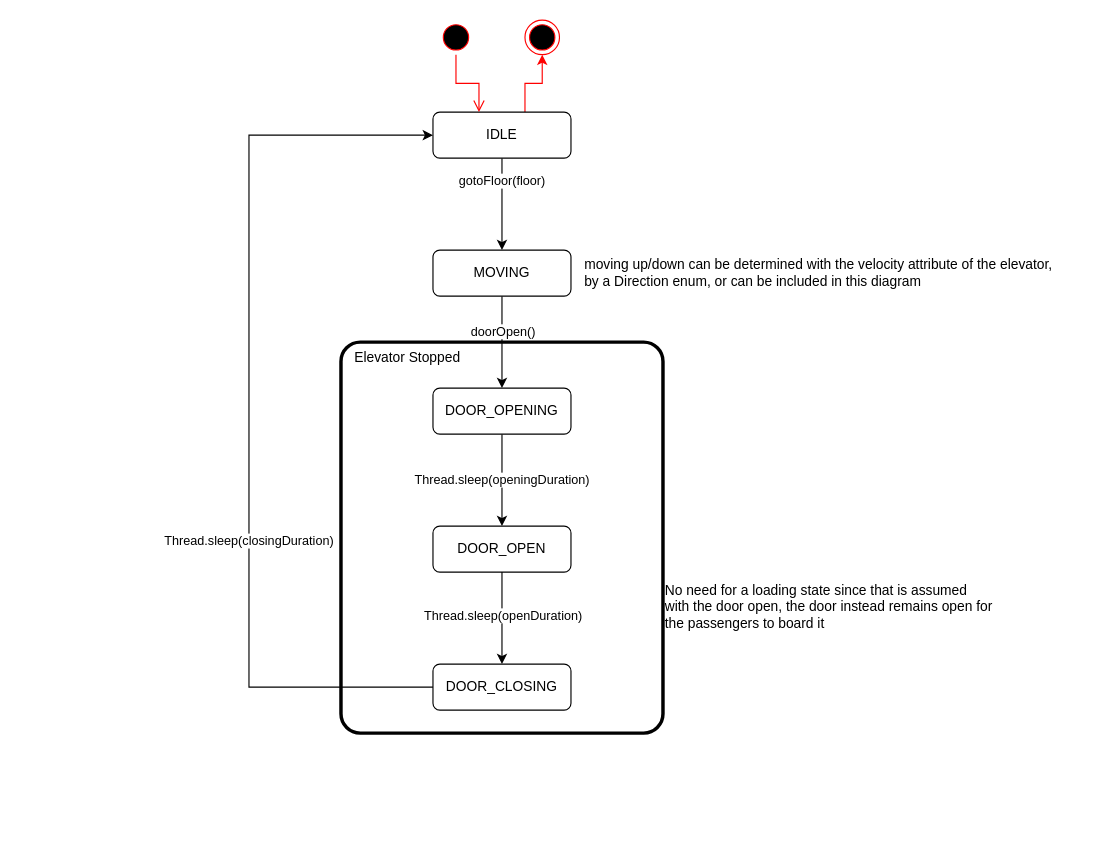
Nicerice96/3303---Elevator keeps this draw.io diagram as page "elevator" (1 of 2) of docs/state-diagram/state-diagram.drawio. Above is the earlier version. Source tidied: cells renumbered, new cells numbered last; positions are measured from the earlier drawing's top-left corner, leaving out a move shared by most shapes. Both pictures are drawn from the tidied source at 115%, with x=0, y=0 at pixel (248, 20).
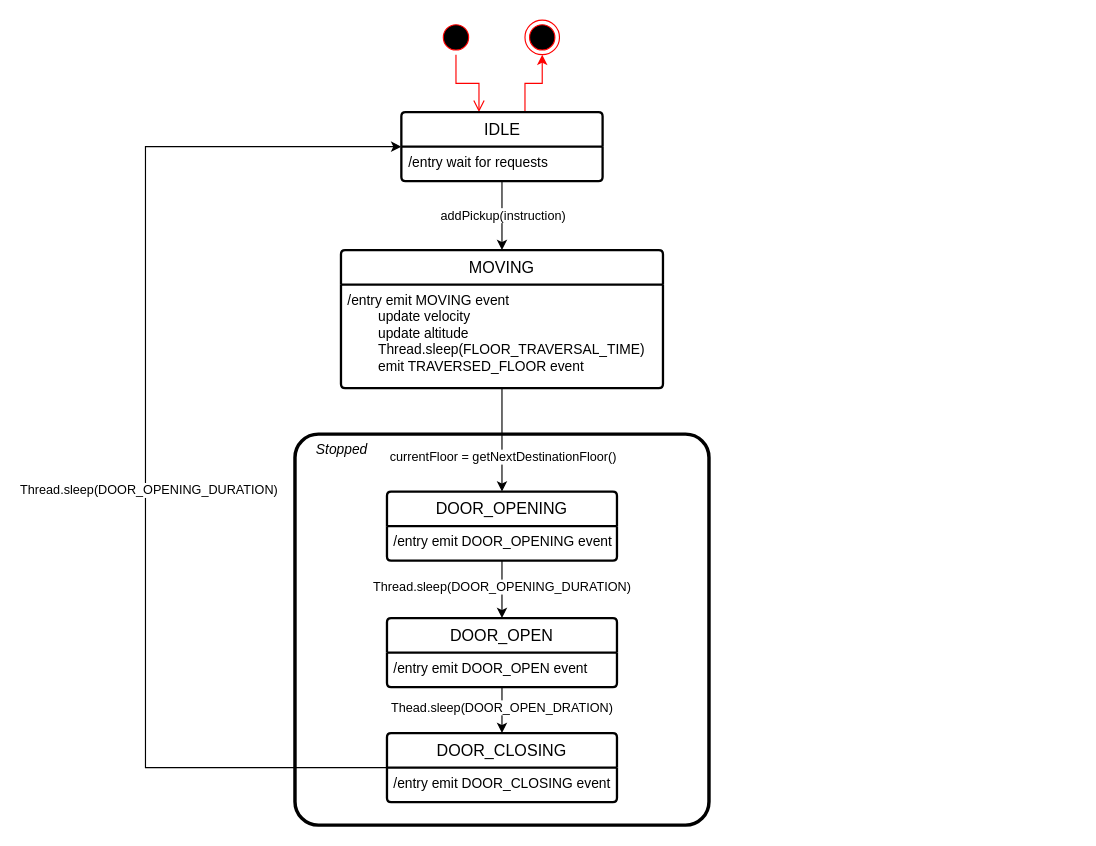
The same page after the edit.

Change to the diagram source:
```diff
@@
-    <mxCell id="2" value="&amp;nbsp; &amp;nbsp;Elevator Stopped" style="rounded=1;whiteSpace=wrap;html=1;fillColor=none;verticalAlign=top;align=left;strokeWidth=3;arcSize=6;" parent="1" vertex="1">
-      <mxGeometry x="80" y="280" width="280" height="340" as="geometry" />
+    <mxCell id="2" value="&amp;nbsp; &amp;nbsp; &amp;nbsp;Stopped" style="rounded=1;whiteSpace=wrap;html=1;fillColor=none;verticalAlign=top;align=left;strokeWidth=3;arcSize=6;fontStyle=2;" parent="1" vertex="1">
+      <mxGeometry x="40" y="360" width="360" height="340" as="geometry" />
     </mxCell>
-    <mxCell id="3" value="gotoFloor(floor)" style="edgeStyle=orthogonalEdgeStyle;rounded=0;jettySize=auto;html=1;" parent="1" edge="1" source="5" target="16">
-      <mxGeometry x="-0.5" relative="1" as="geometry">
-        <Array as="points">
-          <mxPoint x="220" y="140" />
-          <mxPoint x="220" y="140" />
-        </Array>
-      </mxGeometry>
-    </mxCell>
@@
-    <mxCell id="5" value="IDLE" style="rounded=1;whiteSpace=wrap;html=1;" parent="1" vertex="1">
-      <mxGeometry x="160" y="80" width="120" height="40" as="geometry" />
-    </mxCell>
-    <mxCell id="6" value="Thread.sleep(openingDuration)" style="edgeStyle=orthogonalEdgeStyle;rounded=0;jettySize=auto;html=1;" parent="1" edge="1" source="7" target="10">
-      <mxGeometry relative="1" as="geometry" />
-    </mxCell>
-    <mxCell id="7" value="DOOR_OPENING" style="rounded=1;whiteSpace=wrap;html=1;" parent="1" vertex="1">
-      <mxGeometry x="160" y="320" width="120" height="40" as="geometry" />
-    </mxCell>
-    <mxCell id="8" style="edgeStyle=orthogonalEdgeStyle;rounded=0;jettySize=auto;html=1;" parent="1" edge="1" source="10" target="13">
-      <mxGeometry relative="1" as="geometry" />
-    </mxCell>
-    <mxCell id="9" value="Thread.sleep(openDuration)" style="edgeLabel;html=1;align=center;verticalAlign=middle;" parent="8" vertex="1">
-      <mxGeometry x="-0.08" relative="1" as="geometry" />
-    </mxCell>
-    <mxCell id="10" value="DOOR_OPEN" style="rounded=1;whiteSpace=wrap;html=1;" parent="1" vertex="1">
-      <mxGeometry x="160" y="440" width="120" height="40" as="geometry" />
-    </mxCell>
-    <mxCell id="11" style="edgeStyle=orthogonalEdgeStyle;rounded=0;jettySize=auto;html=1;" parent="1" edge="1" source="13" target="5">
-      <mxGeometry relative="1" as="geometry">
-        <Array as="points">
-          <mxPoint y="580" />
-          <mxPoint y="100" />
-        </Array>
-      </mxGeometry>
-    </mxCell>
-    <mxCell id="12" value="Thread.sleep(closingDuration)" style="edgeLabel;html=1;align=center;verticalAlign=middle;" parent="11" vertex="1">
-      <mxGeometry x="-0.28" y="1" relative="1" as="geometry" />
-    </mxCell>
-    <mxCell id="13" value="DOOR_CLOSING" style="rounded=1;whiteSpace=wrap;html=1;" parent="1" vertex="1">
-      <mxGeometry x="160" y="560" width="120" height="40" as="geometry" />
-    </mxCell>
-    <mxCell id="14" style="edgeStyle=orthogonalEdgeStyle;rounded=0;jettySize=auto;html=1;" parent="1" edge="1" source="16" target="7">
-      <mxGeometry relative="1" as="geometry" />
-    </mxCell>
-    <mxCell id="15" value="doorOpen()" style="edgeLabel;html=1;align=center;verticalAlign=middle;" parent="14" vertex="1">
-      <mxGeometry x="-0.12" y="1" relative="1" as="geometry">
-        <mxPoint x="-1" y="-5" as="offset" />
-      </mxGeometry>
-    </mxCell>
-    <mxCell id="16" value="MOVING" style="rounded=1;whiteSpace=wrap;html=1;" parent="1" vertex="1">
-      <mxGeometry x="160" y="200" width="120" height="40" as="geometry" />
-    </mxCell>
-    <mxCell id="17" value="No need for a loading state since that is assumed &lt;br&gt;with the door open, the door instead remains open for&lt;br&gt;the passengers to board it" style="text;html=1;align=left;verticalAlign=middle;strokeColor=none;fillColor=none;" parent="1" vertex="1">
-      <mxGeometry x="360" y="480" width="310" height="60" as="geometry" />
-    </mxCell>
-    <mxCell id="18" value="&lt;div style=&quot;&quot;&gt;&lt;span style=&quot;background-color: initial;&quot;&gt;moving up/down can be determined with the velocity attribute of the elevator,&lt;/span&gt;&lt;/div&gt;by a Direction enum, or can be included in this diagram" style="text;html=1;align=left;verticalAlign=middle;strokeColor=none;fillColor=none;" parent="1" vertex="1">
-      <mxGeometry x="290" y="200" width="430" height="40" as="geometry" />
-    </mxCell>
@@
+    <mxCell id="11" style="edgeStyle=orthogonalEdgeStyle;rounded=0;jettySize=auto;html=1;" parent="1" edge="1" source="13" target="5">
+      <mxGeometry relative="1" as="geometry">
+        <Array as="points">
+          <mxPoint x="-90" y="650" />
+          <mxPoint x="-90" y="110" />
+        </Array>
+      </mxGeometry>
+    </mxCell>
+    <mxCell id="22" value="Thread.sleep(DOOR_OPENING_DURATION)" style="edgeLabel;html=1;align=center;verticalAlign=middle;" parent="11" vertex="1">
+      <mxGeometry x="-0.07" y="-2" relative="1" as="geometry" />
+    </mxCell>
+    <mxCell id="13" value="DOOR_CLOSING" style="swimlane;horizontal=1;startSize=30;rounded=1;fontSize=14;fontStyle=0;strokeWidth=2;shadow=0;dashed=0;align=center;arcSize=4;whiteSpace=wrap;html=1;" parent="1" vertex="1">
+      <mxGeometry x="120" y="620" width="200" height="60" as="geometry" />
+    </mxCell>
+    <mxCell id="23" value="/entry emit DOOR_CLOSING event&lt;br&gt;&lt;span style=&quot;white-space: pre;&quot;&gt;&#9;&lt;/span&gt;" style="align=left;strokeColor=none;fillColor=none;spacingLeft=4;fontSize=12;verticalAlign=top;html=1;" parent="13" vertex="1">
+      <mxGeometry y="30" width="200" height="30" as="geometry" />
+    </mxCell>
+    <mxCell id="3" style="edgeStyle=orthogonalEdgeStyle;rounded=0;jettySize=auto;html=1;" parent="1" edge="1" source="5" target="16">
+      <mxGeometry relative="1" as="geometry" />
+    </mxCell>
+    <mxCell id="24" value="addPickup(instruction)" style="edgeLabel;html=1;align=center;verticalAlign=middle;" parent="3" vertex="1">
+      <mxGeometry x="-0.29" y="-1" relative="1" as="geometry">
+        <mxPoint x="1" y="8" as="offset" />
+      </mxGeometry>
+    </mxCell>
+    <mxCell id="5" value="IDLE" style="swimlane;horizontal=1;startSize=30;rounded=1;fontSize=14;fontStyle=0;strokeWidth=2;shadow=0;dashed=0;align=center;arcSize=4;whiteSpace=wrap;html=1;" parent="1" vertex="1">
+      <mxGeometry x="132.5" y="80" width="175" height="60" as="geometry" />
+    </mxCell>
+    <mxCell id="25" value="/entry wait for requests" style="align=left;strokeColor=none;fillColor=none;spacingLeft=4;fontSize=12;verticalAlign=top;html=1;" parent="5" vertex="1">
+      <mxGeometry y="30" width="175" height="30" as="geometry" />
+    </mxCell>
+    <mxCell id="7" value="DOOR_OPENING" style="swimlane;horizontal=1;startSize=30;rounded=1;fontSize=14;fontStyle=0;strokeWidth=2;shadow=0;dashed=0;align=center;arcSize=4;whiteSpace=wrap;html=1;" parent="1" vertex="1">
+      <mxGeometry x="120" y="410" width="200" height="60" as="geometry" />
+    </mxCell>
+    <mxCell id="26" value="/entry emit DOOR_OPENING event&lt;br&gt;&lt;span style=&quot;white-space: pre;&quot;&gt;&#9;&lt;/span&gt;" style="align=left;strokeColor=none;fillColor=none;spacingLeft=4;fontSize=12;verticalAlign=top;html=1;" parent="7" vertex="1">
+      <mxGeometry y="30" width="200" height="30" as="geometry" />
+    </mxCell>
+    <mxCell id="8" style="edgeStyle=orthogonalEdgeStyle;rounded=0;jettySize=auto;html=1;" parent="1" edge="1" source="10" target="13">
+      <mxGeometry relative="1" as="geometry" />
+    </mxCell>
+    <mxCell id="27" value="Thead.sleep(DOOR_OPEN_DRATION)" style="edgeLabel;html=1;align=center;verticalAlign=middle;" parent="8" vertex="1">
+      <mxGeometry x="-0.14" y="-1" relative="1" as="geometry" />
+    </mxCell>
+    <mxCell id="10" value="DOOR_OPEN" style="swimlane;horizontal=1;startSize=30;rounded=1;fontSize=14;fontStyle=0;strokeWidth=2;shadow=0;dashed=0;align=center;arcSize=4;whiteSpace=wrap;html=1;" parent="1" vertex="1">
+      <mxGeometry x="120" y="520" width="200" height="60" as="geometry" />
+    </mxCell>
+    <mxCell id="28" value="/entry emit DOOR_OPEN event&lt;br&gt;&lt;span style=&quot;white-space: pre;&quot;&gt;&#9;&lt;/span&gt;" style="align=left;strokeColor=none;fillColor=none;spacingLeft=4;fontSize=12;verticalAlign=top;html=1;" parent="10" vertex="1">
+      <mxGeometry y="30" width="200" height="30" as="geometry" />
+    </mxCell>
+    <mxCell id="14" style="edgeStyle=orthogonalEdgeStyle;rounded=0;jettySize=auto;html=1;" parent="1" edge="1" source="16" target="7">
+      <mxGeometry relative="1" as="geometry" />
+    </mxCell>
+    <mxCell id="29" value="currentFloor = getNextDestinationFloor()" style="edgeLabel;html=1;align=center;verticalAlign=middle;" parent="14" vertex="1">
+      <mxGeometry x="0.01" y="-2" relative="1" as="geometry">
+        <mxPoint x="2" y="14" as="offset" />
+      </mxGeometry>
+    </mxCell>
+    <mxCell id="16" value="MOVING" style="swimlane;horizontal=1;startSize=30;rounded=1;fontSize=14;fontStyle=0;strokeWidth=2;shadow=0;dashed=0;align=center;arcSize=4;whiteSpace=wrap;html=1;" parent="1" vertex="1">
+      <mxGeometry x="80" y="200" width="280" height="120" as="geometry" />
+    </mxCell>
+    <mxCell id="30" value="/entry emit MOVING event&lt;br&gt;&lt;span style=&quot;white-space: pre;&quot;&gt;&#9;&lt;/span&gt;update velocity&lt;br&gt;&lt;span style=&quot;white-space: pre;&quot;&gt;&#9;&lt;/span&gt;update altitude&lt;br&gt;&lt;span style=&quot;white-space: pre;&quot;&gt;&#9;&lt;/span&gt;Thread.sleep(FLOOR_TRAVERSAL_TIME)&lt;br&gt;&lt;span style=&quot;white-space: pre;&quot;&gt;&#9;&lt;/span&gt;emit TRAVERSED_FLOOR event" style="align=left;strokeColor=none;fillColor=none;spacingLeft=4;fontSize=12;verticalAlign=top;html=1;" parent="16" vertex="1">
+      <mxGeometry y="30" width="280" height="90" as="geometry" />
+    </mxCell>
+    <mxCell id="31" style="edgeStyle=orthogonalEdgeStyle;rounded=0;jettySize=auto;html=1;" parent="1" edge="1" source="26" target="10">
+      <mxGeometry relative="1" as="geometry" />
+    </mxCell>
+    <mxCell id="32" value="Thread.sleep(DOOR_OPENING_DURATION)" style="edgeLabel;html=1;align=center;verticalAlign=middle;" parent="31" vertex="1">
+      <mxGeometry x="-0.12" y="-1" relative="1" as="geometry" />
+    </mxCell>
```
